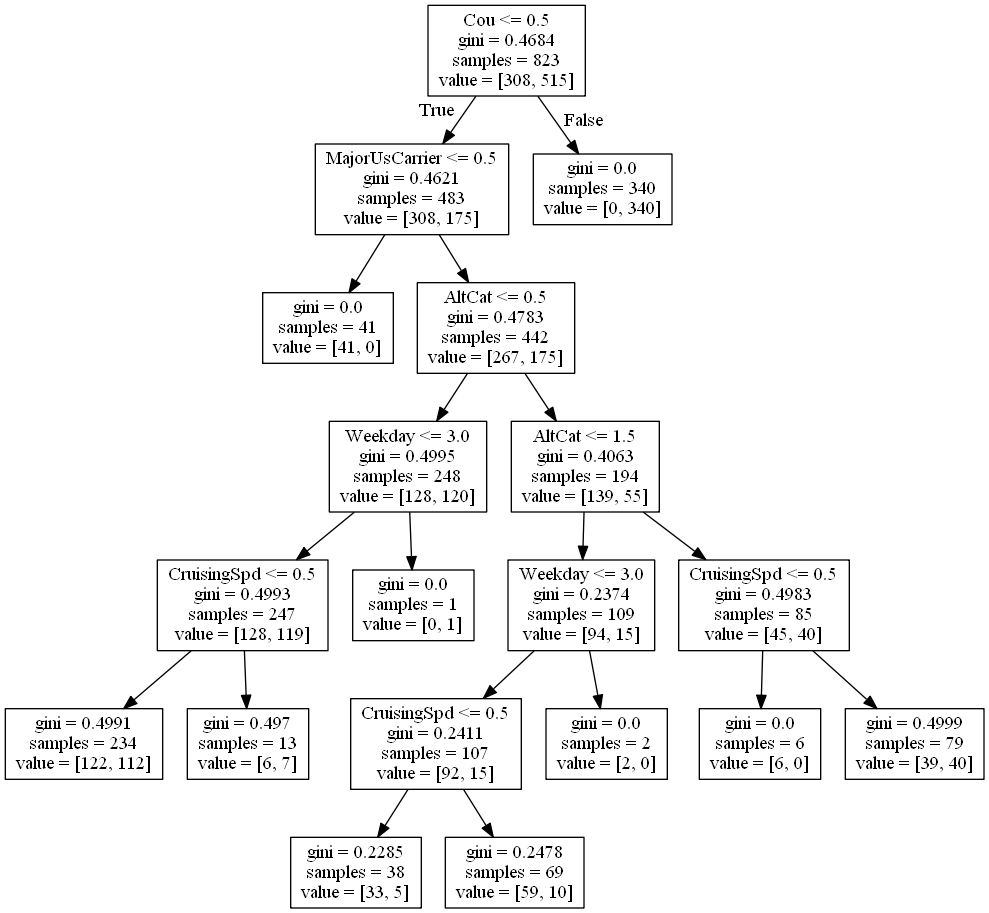
Before: Dots/gini_model_4.png, a diagram exported from Graphviz (RobLFord/FlightClassification). Its source is kept beside it as Dots/gini_model_4.dot. Source of this version:
```dot
digraph Tree {
node [shape=box] ;
0 [label="Cou <= 0.5\ngini = 0.4684\nsamples = 823\nvalue = [308, 515]"] ;
1 [label="MajorUsCarrier <= 0.5\ngini = 0.4621\nsamples = 483\nvalue = [308, 175]"] ;
0 -> 1 [labeldistance=2.5, labelangle=45, headlabel="True"] ;
2 [label="gini = 0.0\nsamples = 41\nvalue = [41, 0]"] ;
1 -> 2 ;
3 [label="AltCat <= 0.5\ngini = 0.4783\nsamples = 442\nvalue = [267, 175]"] ;
1 -> 3 ;
4 [label="Weekday <= 3.0\ngini = 0.4995\nsamples = 248\nvalue = [128, 120]"] ;
3 -> 4 ;
5 [label="CruisingSpd <= 0.5\ngini = 0.4993\nsamples = 247\nvalue = [128, 119]"] ;
4 -> 5 ;
6 [label="gini = 0.4991\nsamples = 234\nvalue = [122, 112]"] ;
5 -> 6 ;
7 [label="gini = 0.497\nsamples = 13\nvalue = [6, 7]"] ;
5 -> 7 ;
8 [label="gini = 0.0\nsamples = 1\nvalue = [0, 1]"] ;
4 -> 8 ;
9 [label="AltCat <= 1.5\ngini = 0.4063\nsamples = 194\nvalue = [139, 55]"] ;
3 -> 9 ;
10 [label="Weekday <= 3.0\ngini = 0.2374\nsamples = 109\nvalue = [94, 15]"] ;
9 -> 10 ;
11 [label="CruisingSpd <= 0.5\ngini = 0.2411\nsamples = 107\nvalue = [92, 15]"] ;
10 -> 11 ;
12 [label="gini = 0.2285\nsamples = 38\nvalue = [33, 5]"] ;
11 -> 12 ;
13 [label="gini = 0.2478\nsamples = 69\nvalue = [59, 10]"] ;
11 -> 13 ;
14 [label="gini = 0.0\nsamples = 2\nvalue = [2, 0]"] ;
10 -> 14 ;
15 [label="CruisingSpd <= 0.5\ngini = 0.4983\nsamples = 85\nvalue = [45, 40]"] ;
9 -> 15 ;
16 [label="gini = 0.0\nsamples = 6\nvalue = [6, 0]"] ;
15 -> 16 ;
17 [label="gini = 0.4999\nsamples = 79\nvalue = [39, 40]"] ;
15 -> 17 ;
18 [label="gini = 0.0\nsamples = 340\nvalue = [0, 340]"] ;
0 -> 18 [labeldistance=2.5, labelangle=-45, headlabel="False"] ;
}
```
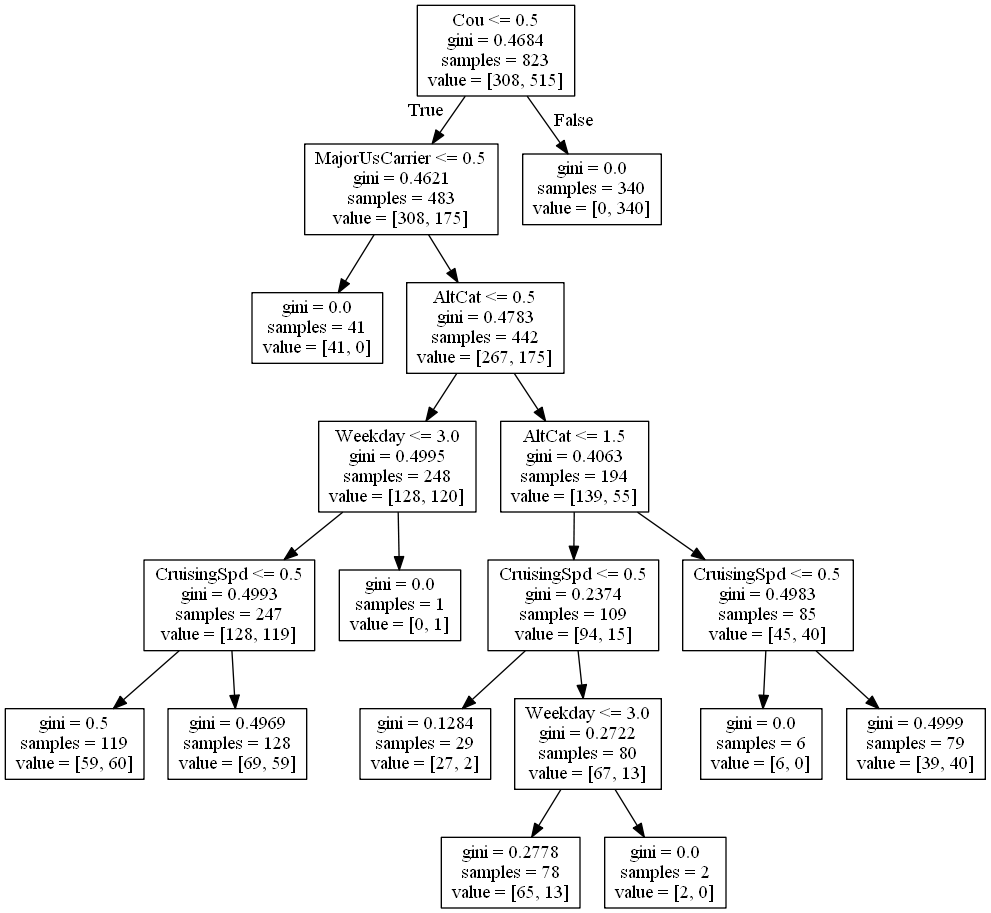
Above is the later version.

What changed in the source:
```diff
@@ -11,24 +11,24 @@
 3 -> 4 ;
 5 [label="CruisingSpd <= 0.5\ngini = 0.4993\nsamples = 247\nvalue = [128, 119]"] ;
 4 -> 5 ;
-6 [label="gini = 0.4991\nsamples = 234\nvalue = [122, 112]"] ;
+6 [label="gini = 0.5\nsamples = 119\nvalue = [59, 60]"] ;
 5 -> 6 ;
-7 [label="gini = 0.497\nsamples = 13\nvalue = [6, 7]"] ;
+7 [label="gini = 0.4969\nsamples = 128\nvalue = [69, 59]"] ;
 5 -> 7 ;
 8 [label="gini = 0.0\nsamples = 1\nvalue = [0, 1]"] ;
 4 -> 8 ;
 9 [label="AltCat <= 1.5\ngini = 0.4063\nsamples = 194\nvalue = [139, 55]"] ;
 3 -> 9 ;
-10 [label="Weekday <= 3.0\ngini = 0.2374\nsamples = 109\nvalue = [94, 15]"] ;
+10 [label="CruisingSpd <= 0.5\ngini = 0.2374\nsamples = 109\nvalue = [94, 15]"] ;
 9 -> 10 ;
-11 [label="CruisingSpd <= 0.5\ngini = 0.2411\nsamples = 107\nvalue = [92, 15]"] ;
+11 [label="gini = 0.1284\nsamples = 29\nvalue = [27, 2]"] ;
 10 -> 11 ;
-12 [label="gini = 0.2285\nsamples = 38\nvalue = [33, 5]"] ;
-11 -> 12 ;
-13 [label="gini = 0.2478\nsamples = 69\nvalue = [59, 10]"] ;
-11 -> 13 ;
+12 [label="Weekday <= 3.0\ngini = 0.2722\nsamples = 80\nvalue = [67, 13]"] ;
+10 -> 12 ;
+13 [label="gini = 0.2778\nsamples = 78\nvalue = [65, 13]"] ;
+12 -> 13 ;
 14 [label="gini = 0.0\nsamples = 2\nvalue = [2, 0]"] ;
-10 -> 14 ;
+12 -> 14 ;
 15 [label="CruisingSpd <= 0.5\ngini = 0.4983\nsamples = 85\nvalue = [45, 40]"] ;
 9 -> 15 ;
 16 [label="gini = 0.0\nsamples = 6\nvalue = [6, 0]"] ;
```
